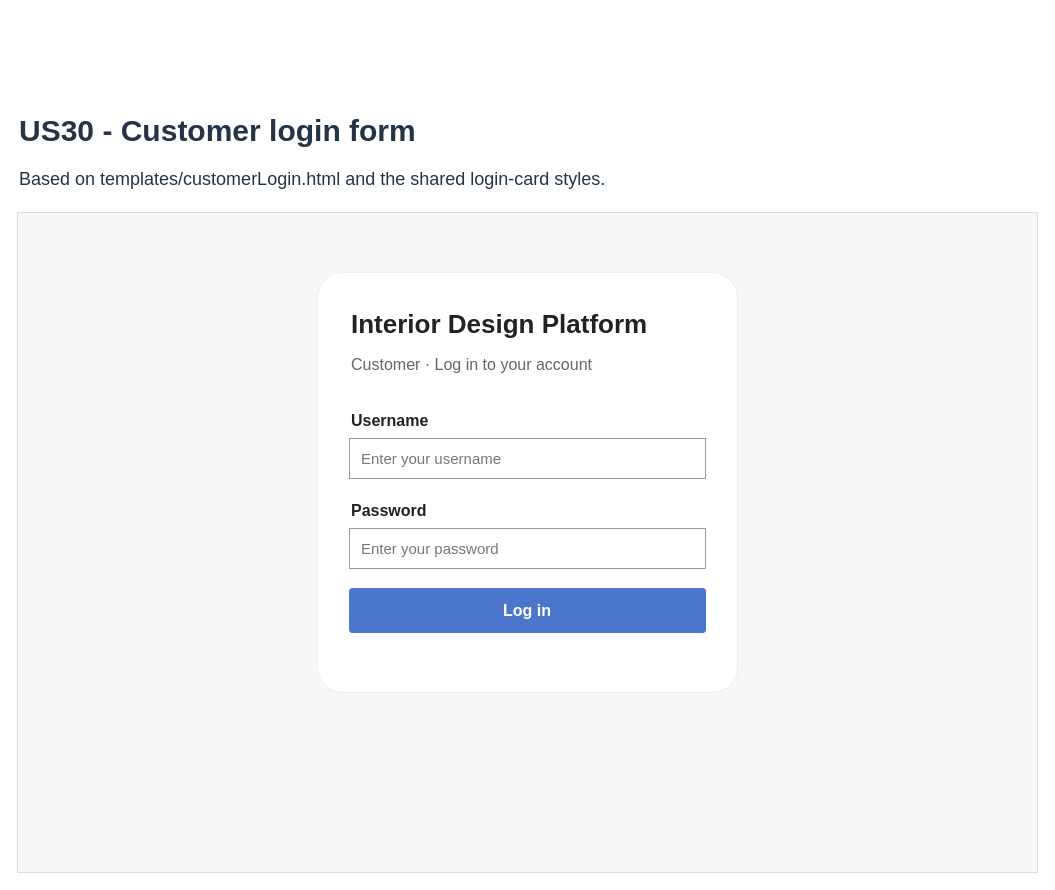
Above: page "4a Wireframe - Customer login" (3 of 7) of Sprint_3/US30 - Customer Log In/US30 Customer log in.drawio in Hanzxc/CSIT314-ARCHSS (draw.io), before the change. Source tidied: cells renumbered, new cells numbered last; positions are measured from the earlier drawing's top-left corner, leaving out a move shared by most shapes. Both pictures are drawn from the tidied source at 100%, with x=0, y=0 at pixel (17, 107).
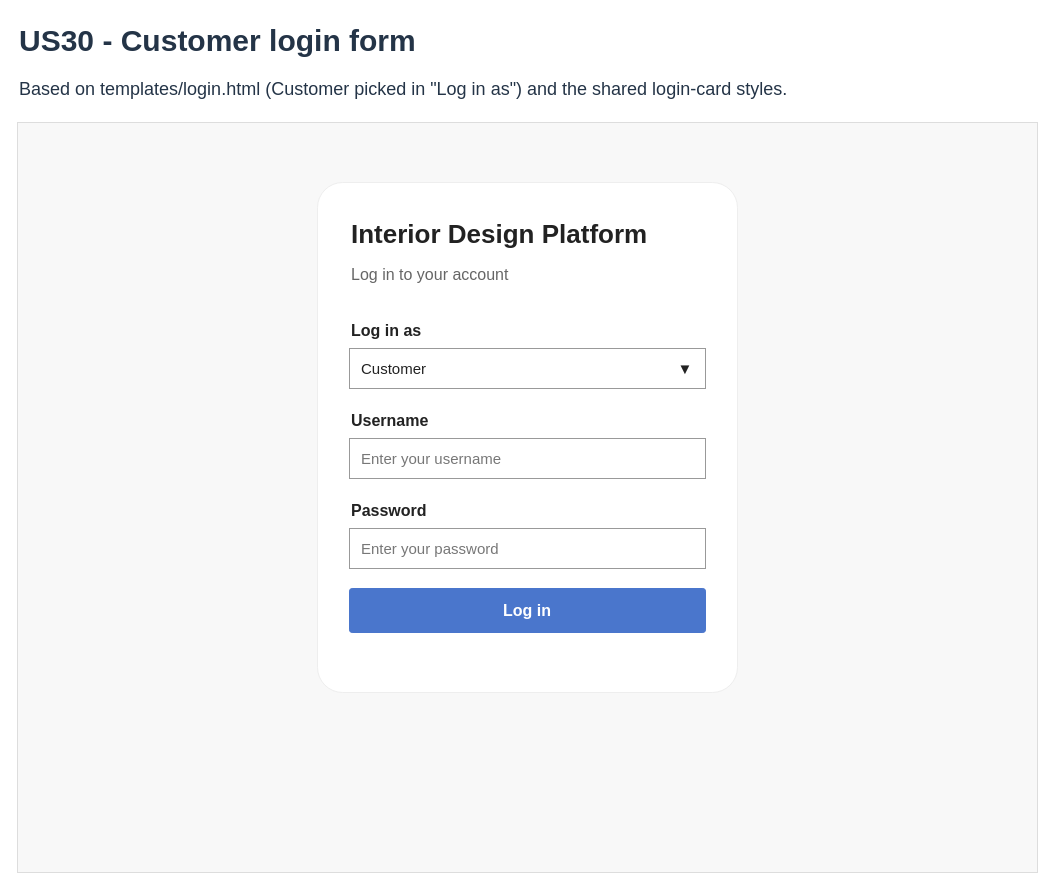
The same diagram, later.

The edit, as a diff of the source:
```diff
@@
 <mxGraphModel>
   <root>
     <mxCell id="0" />
     <mxCell id="1" parent="0" />
     <mxCell id="2" value="US30 - Customer login form" style="text;html=0;align=left;verticalAlign=middle;whiteSpace=wrap;fontSize=30;fontStyle=1;fontColor=#243447;" parent="1" vertex="1">
-      <mxGeometry width="1020" height="45" as="geometry" />
+      <mxGeometry y="-90" width="1020" height="45" as="geometry" />
     </mxCell>
-    <mxCell id="3" value="Based on templates/customerLogin.html and the shared login-card styles." style="text;html=0;align=left;verticalAlign=middle;whiteSpace=wrap;fontSize=18;fontStyle=0;fontColor=#243447;" parent="1" vertex="1">
-      <mxGeometry y="52" width="1020" height="40" as="geometry" />
+    <mxCell id="3" value="Based on templates/login.html (Customer picked in &quot;Log in as&quot;) and the shared login-card styles." style="text;html=0;align=left;verticalAlign=middle;whiteSpace=wrap;fontSize=18;fontStyle=0;fontColor=#243447;" parent="1" vertex="1">
+      <mxGeometry y="-38" width="1020" height="40" as="geometry" />
     </mxCell>
     <mxCell id="4" style="rounded=0;arcSize=6;html=0;fillColor=#f8f8f8;strokeColor=#ddd;" parent="1" vertex="1">
-      <mxGeometry y="105" width="1020" height="660" as="geometry" />
+      <mxGeometry y="15" width="1020" height="750" as="geometry" />
     </mxCell>
     <mxCell id="5" style="rounded=1;arcSize=6;html=0;fillColor=#fff;strokeColor=#eee;" parent="1" vertex="1">
-      <mxGeometry x="300" y="165" width="420" height="420" as="geometry" />
+      <mxGeometry x="300" y="75" width="420" height="510" as="geometry" />
     </mxCell>
     <mxCell id="6" value="Interior Design Platform" style="text;html=0;align=left;verticalAlign=middle;whiteSpace=wrap;fontSize=26;fontStyle=1;fontColor=#222;" parent="1" vertex="1">
-      <mxGeometry x="332" y="197" width="356" height="40" as="geometry" />
+      <mxGeometry x="332" y="107" width="356" height="40" as="geometry" />
     </mxCell>
-    <mxCell id="7" value="Customer · Log in to your account" style="text;html=0;align=left;verticalAlign=middle;whiteSpace=wrap;fontSize=16;fontStyle=0;fontColor=#666;" parent="1" vertex="1">
-      <mxGeometry x="332" y="242" width="356" height="30" as="geometry" />
+    <mxCell id="7" value="Log in to your account" style="text;html=0;align=left;verticalAlign=middle;whiteSpace=wrap;fontSize=16;fontStyle=0;fontColor=#666;" parent="1" vertex="1">
+      <mxGeometry x="332" y="152" width="356" height="30" as="geometry" />
     </mxCell>
     <mxCell id="8" value="Username" style="text;html=0;align=left;verticalAlign=middle;whiteSpace=wrap;fontSize=16;fontStyle=1;fontColor=#222;" parent="1" vertex="1">
       <mxGeometry x="332" y="300" width="356" height="25" as="geometry" />
     </mxCell>
     <mxCell id="9" style="rounded=0;arcSize=6;html=0;fillColor=#fff;strokeColor=#999;" parent="1" vertex="1">
       <mxGeometry x="332" y="331" width="356" height="40" as="geometry" />
     </mxCell>
     <mxCell id="10" value="Enter your username" style="text;html=0;align=left;verticalAlign=middle;whiteSpace=wrap;fontSize=15;fontStyle=0;fontColor=#777;" parent="1" vertex="1">
       <mxGeometry x="342" y="336" width="336" height="30" as="geometry" />
     </mxCell>
     <mxCell id="11" value="Password" style="text;html=0;align=left;verticalAlign=middle;whiteSpace=wrap;fontSize=16;fontStyle=1;fontColor=#222;" parent="1" vertex="1">
       <mxGeometry x="332" y="390" width="356" height="25" as="geometry" />
     </mxCell>
     <mxCell id="12" style="rounded=0;arcSize=6;html=0;fillColor=#fff;strokeColor=#999;" parent="1" vertex="1">
       <mxGeometry x="332" y="421" width="356" height="40" as="geometry" />
     </mxCell>
     <mxCell id="13" value="Enter your password" style="text;html=0;align=left;verticalAlign=middle;whiteSpace=wrap;fontSize=15;fontStyle=0;fontColor=#777;" parent="1" vertex="1">
       <mxGeometry x="342" y="426" width="336" height="30" as="geometry" />
     </mxCell>
     <mxCell id="14" style="rounded=1;arcSize=6;html=0;fillColor=#4a76cc;strokeColor=#4a76cc;" parent="1" vertex="1">
       <mxGeometry x="332" y="481" width="356" height="44" as="geometry" />
     </mxCell>
     <mxCell id="15" value="Log in" style="text;html=0;align=center;verticalAlign=middle;whiteSpace=wrap;fontSize=16;fontStyle=1;fontColor=#fff;" parent="1" vertex="1">
       <mxGeometry x="342" y="488" width="336" height="30" as="geometry" />
     </mxCell>
+    <mxCell id="16" value="Log in as" style="text;html=0;align=left;verticalAlign=middle;whiteSpace=wrap;fontSize=16;fontStyle=1;fontColor=#222;" parent="1" vertex="1">
+      <mxGeometry x="332" y="210" width="356" height="25" as="geometry" />
+    </mxCell>
+    <mxCell id="17" style="rounded=0;arcSize=6;html=0;fillColor=#fff;strokeColor=#999;" parent="1" vertex="1">
+      <mxGeometry x="332" y="241" width="356" height="40" as="geometry" />
+    </mxCell>
+    <mxCell id="18" value="Customer" style="text;html=0;align=left;verticalAlign=middle;whiteSpace=wrap;fontSize=15;fontStyle=0;fontColor=#222;" parent="1" vertex="1">
+      <mxGeometry x="342" y="246" width="336" height="30" as="geometry" />
+    </mxCell>
+    <mxCell id="19" value="▼" style="text;html=0;align=center;verticalAlign=middle;whiteSpace=wrap;fontSize=15;fontStyle=0;fontColor=#222;" parent="1" vertex="1">
+      <mxGeometry x="658" y="246" width="20" height="30" as="geometry" />
+    </mxCell>
   </root>
 </mxGraphModel>
```
